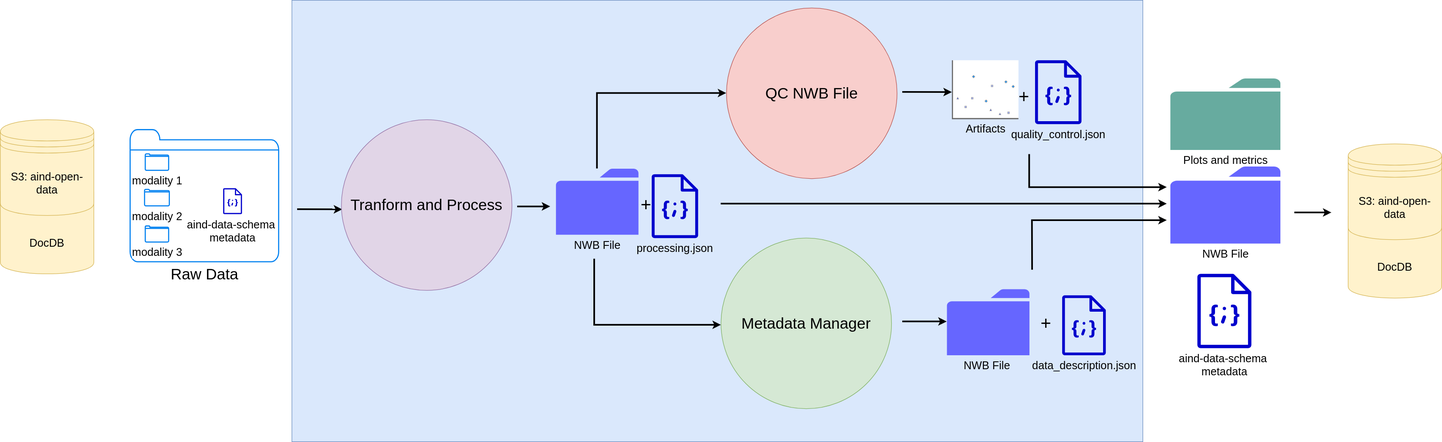
Before: docs/source/diagrams/dynamic_foraging/mid_level/codeocean_pipeline_diagram_DF_behavior.svg, a diagram exported from draw.io (AllenNeuralDynamics/aind-software-docs). Source tidied: cells renumbered, new cells last; positions are measured from the earlier drawing's top-left corner, leaving out a move shared by most shapes.
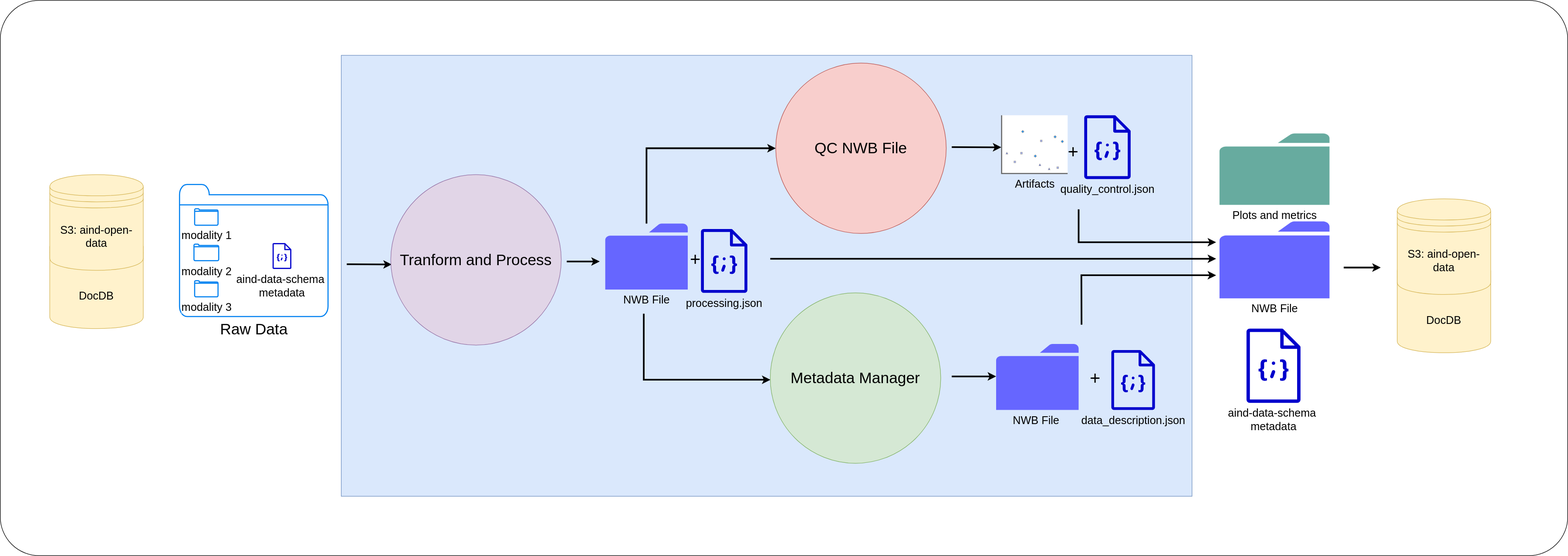
Above is the later version.

What changed in the source:
```diff
@@ -2,6 +2,9 @@
   <root>
     <mxCell id="0" />
     <mxCell id="1" parent="0" />
+    <mxCell id="37" style="rounded=1;whiteSpace=wrap;html=1;arcSize=7;" parent="1" vertex="1">
+      <mxGeometry x="-90" y="-100" width="2850" height="1010" as="geometry" />
+    </mxCell>
     <mxCell id="2" style="rounded=0;whiteSpace=wrap;html=1;fillColor=#dae8fc;strokeColor=#6c8ebf;" parent="1" vertex="1">
       <mxGeometry x="530" width="1546.9" height="802" as="geometry" />
     </mxCell>
```
